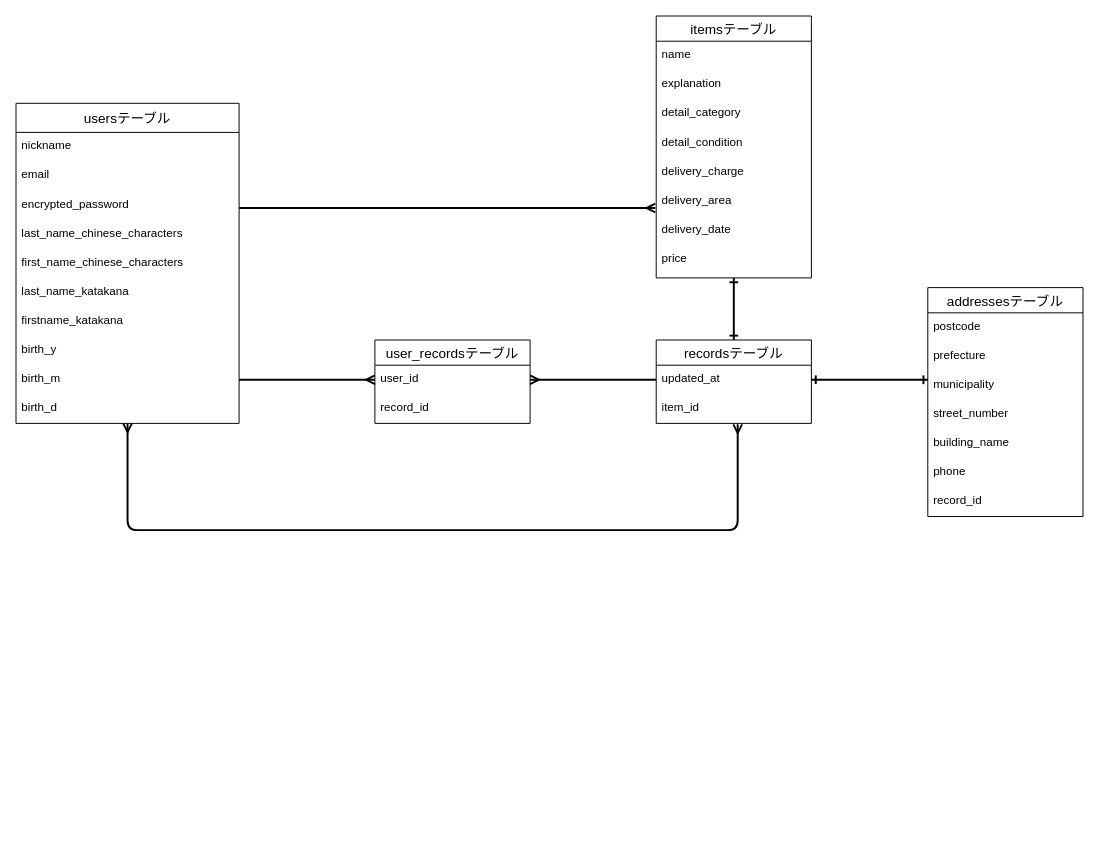
haji-me/furima-37814 keeps this draw.io diagram as furima.dio. Above is the earlier version. Source tidied: cells renumbered, new cells numbered last; positions are measured from the earlier drawing's top-left corner, leaving out a move shared by most shapes. Both pictures are drawn from the tidied source at 97%, with x=0, y=0 at pixel (16, 16).
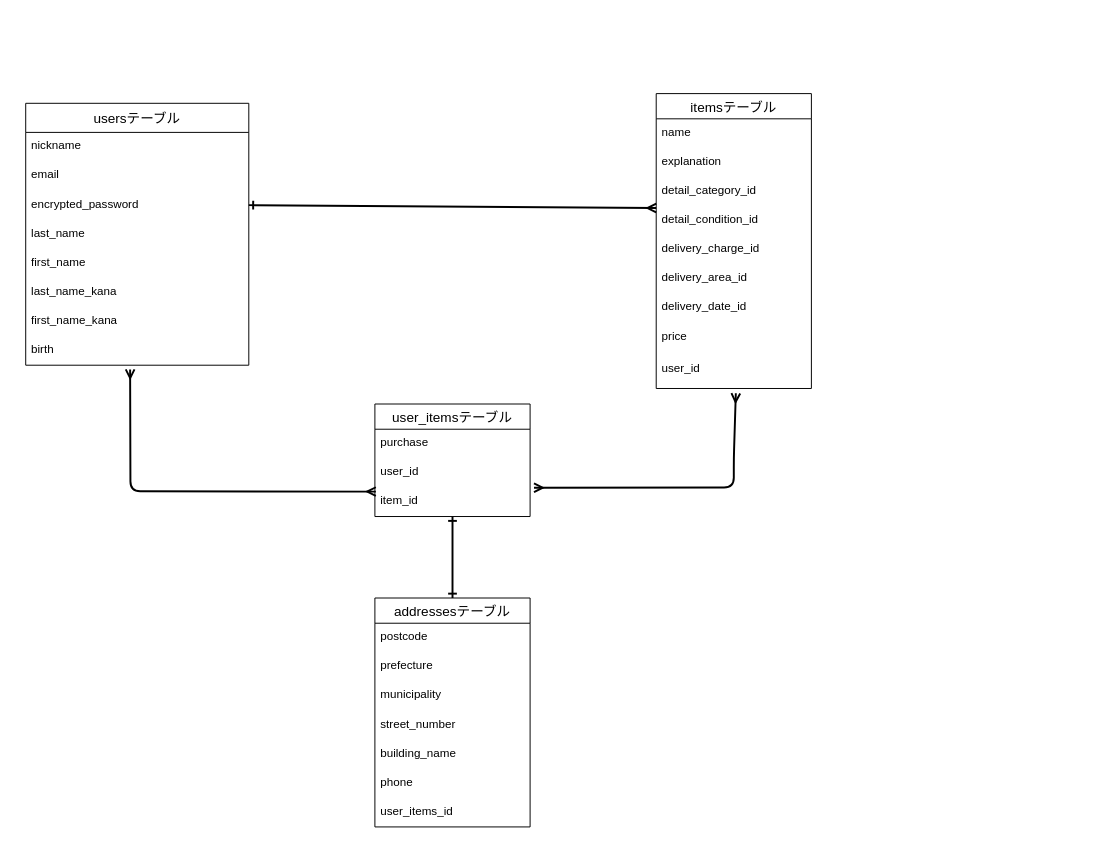
After the change.

Commit message (it also covers changes not shown here):
データベース設計の修正

The change refers to these unchanged cells:
```xml
<mxCell id="5" value="encrypted_password" style="text;strokeColor=none;fillColor=none;spacingLeft=4;spacingRight=4;overflow=hidden;points=[[0,0.5],[1,0.5]];portConstraint=eastwest;fontSize=12;" parent="2" vertex="1">
  <mxGeometry y="90" width="230" height="30" as="geometry" />
</mxCell>
<mxCell id="29" value="municipality" style="text;strokeColor=none;fillColor=none;spacingLeft=4;spacingRight=4;overflow=hidden;points=[[0,0.5],[1,0.5]];portConstraint=eastwest;fontSize=12;" parent="26" vertex="1">
  <mxGeometry y="86" width="160" height="30" as="geometry" />
</mxCell>
```

The edit, as a diff of the source:
```diff
@@
     <mxCell id="2" value="usersテーブル" style="swimlane;fontStyle=0;horizontal=1;startSize=30;align=center;fontSize=14;" parent="1" vertex="1">
-      <mxGeometry y="90" width="230" height="330" as="geometry" />
+      <mxGeometry x="10" y="90" width="230" height="270" as="geometry" />
     </mxCell>
@@
-    <mxCell id="6" value="last_name_chinese_characters" style="text;strokeColor=none;fillColor=none;spacingLeft=4;spacingRight=4;overflow=hidden;fontSize=12;" parent="2" vertex="1">
+    <mxCell id="6" value="last_name" style="text;strokeColor=none;fillColor=none;spacingLeft=4;spacingRight=4;overflow=hidden;fontSize=12;" parent="2" vertex="1">
       <mxGeometry y="120" width="230" height="30" as="geometry" />
     </mxCell>
-    <mxCell id="7" value="first_name_chinese_characters" style="text;strokeColor=none;fillColor=none;spacingLeft=4;spacingRight=4;overflow=hidden;fontSize=12;" parent="2" vertex="1">
+    <mxCell id="7" value="first_name" style="text;strokeColor=none;fillColor=none;spacingLeft=4;spacingRight=4;overflow=hidden;fontSize=12;" parent="2" vertex="1">
       <mxGeometry y="150" width="230" height="30" as="geometry" />
     </mxCell>
-    <mxCell id="8" value="last_name_katakana" style="text;strokeColor=none;fillColor=none;spacingLeft=4;spacingRight=4;overflow=hidden;fontSize=12;" parent="2" vertex="1">
+    <mxCell id="8" value="last_name_kana" style="text;strokeColor=none;fillColor=none;spacingLeft=4;spacingRight=4;overflow=hidden;fontSize=12;" parent="2" vertex="1">
       <mxGeometry y="180" width="230" height="30" as="geometry" />
     </mxCell>
-    <mxCell id="9" value="firstname_katakana" style="text;strokeColor=none;fillColor=none;spacingLeft=4;spacingRight=4;overflow=hidden;fontSize=12;" parent="2" vertex="1">
+    <mxCell id="9" value="first_name_kana" style="text;strokeColor=none;fillColor=none;spacingLeft=4;spacingRight=4;overflow=hidden;fontSize=12;" parent="2" vertex="1">
       <mxGeometry y="210" width="230" height="30" as="geometry" />
     </mxCell>
-    <mxCell id="10" value="birth_y" style="text;strokeColor=none;fillColor=none;spacingLeft=4;spacingRight=4;overflow=hidden;points=[[0,0.5],[1,0.5]];portConstraint=eastwest;fontSize=12;" parent="2" vertex="1">
+    <mxCell id="10" value="birth" style="text;strokeColor=none;fillColor=none;spacingLeft=4;spacingRight=4;overflow=hidden;points=[[0,0.5],[1,0.5]];portConstraint=eastwest;fontSize=12;" parent="2" vertex="1">
       <mxGeometry y="240" width="230" height="30" as="geometry" />
     </mxCell>
-    <mxCell id="11" value="birth_m" style="text;strokeColor=none;fillColor=none;spacingLeft=4;spacingRight=4;overflow=hidden;points=[[0,0.5],[1,0.5]];portConstraint=eastwest;fontSize=12;" parent="2" vertex="1">
-      <mxGeometry y="270" width="230" height="30" as="geometry" />
-    </mxCell>
-    <mxCell id="12" value="birth_d" style="text;strokeColor=none;fillColor=none;spacingLeft=4;spacingRight=4;overflow=hidden;points=[[0,0.5],[1,0.5]];portConstraint=eastwest;fontSize=12;" parent="2" vertex="1">
-      <mxGeometry y="300" width="230" height="30" as="geometry" />
-    </mxCell>
-    <mxCell id="13" style="edgeStyle=none;jumpSize=30;html=1;entryX=0.5;entryY=0;entryDx=0;entryDy=0;startArrow=ERone;startFill=0;endArrow=ERone;endFill=0;strokeWidth=2;" parent="1" edge="1" source="14" target="23">
-      <mxGeometry relative="1" as="geometry" />
-    </mxCell>
     <mxCell id="14" value="itemsテーブル" style="swimlane;fontStyle=0;horizontal=1;startSize=26;align=center;fontSize=14;" parent="1" vertex="1">
-      <mxGeometry x="660" width="160" height="270" as="geometry" />
+      <mxGeometry x="660" y="80" width="160" height="304" as="geometry" />
     </mxCell>
@@
-    <mxCell id="17" value="detail_category" style="text;strokeColor=none;fillColor=none;spacingLeft=4;spacingRight=4;overflow=hidden;fontSize=12;" parent="14" vertex="1">
+    <mxCell id="17" value="detail_category_id" style="text;strokeColor=none;fillColor=none;spacingLeft=4;spacingRight=4;overflow=hidden;fontSize=12;" parent="14" vertex="1">
       <mxGeometry y="86" width="160" height="30" as="geometry" />
     </mxCell>
-    <mxCell id="18" value="detail_condition" style="text;strokeColor=none;fillColor=none;spacingLeft=4;spacingRight=4;overflow=hidden;fontSize=12;" parent="14" vertex="1">
+    <mxCell id="18" value="detail_condition_id" style="text;strokeColor=none;fillColor=none;spacingLeft=4;spacingRight=4;overflow=hidden;fontSize=12;" parent="14" vertex="1">
       <mxGeometry y="116" width="160" height="30" as="geometry" />
     </mxCell>
-    <mxCell id="19" value="delivery_charge" style="text;strokeColor=none;fillColor=none;spacingLeft=4;spacingRight=4;overflow=hidden;fontSize=12;" parent="14" vertex="1">
+    <mxCell id="19" value="delivery_charge_id" style="text;strokeColor=none;fillColor=none;spacingLeft=4;spacingRight=4;overflow=hidden;fontSize=12;" parent="14" vertex="1">
       <mxGeometry y="146" width="160" height="30" as="geometry" />
     </mxCell>
-    <mxCell id="20" value="delivery_area" style="text;strokeColor=none;fillColor=none;spacingLeft=4;spacingRight=4;overflow=hidden;points=[[0,0.5],[1,0.5]];portConstraint=eastwest;fontSize=12;" parent="14" vertex="1">
+    <mxCell id="20" value="delivery_area_id" style="text;strokeColor=none;fillColor=none;spacingLeft=4;spacingRight=4;overflow=hidden;points=[[0,0.5],[1,0.5]];portConstraint=eastwest;fontSize=12;" parent="14" vertex="1">
       <mxGeometry y="176" width="160" height="30" as="geometry" />
     </mxCell>
-    <mxCell id="21" value="delivery_date" style="text;strokeColor=none;fillColor=none;spacingLeft=4;spacingRight=4;overflow=hidden;fontSize=12;" parent="14" vertex="1">
+    <mxCell id="21" value="delivery_date_id" style="text;strokeColor=none;fillColor=none;spacingLeft=4;spacingRight=4;overflow=hidden;fontSize=12;" parent="14" vertex="1">
       <mxGeometry y="206" width="160" height="30" as="geometry" />
     </mxCell>
@@
-    <mxCell id="23" value="recordsテーブル" style="swimlane;fontStyle=0;horizontal=1;startSize=26;align=center;fontSize=14;" parent="1" vertex="1">
-      <mxGeometry x="660" y="334" width="160" height="86" as="geometry" />
-    </mxCell>
-    <mxCell id="24" value="updated_at" style="text;strokeColor=none;fillColor=none;spacingLeft=4;spacingRight=4;overflow=hidden;fontSize=12;" parent="23" vertex="1">
-      <mxGeometry y="26" width="160" height="30" as="geometry" />
-    </mxCell>
-    <mxCell id="25" value="item_id" style="text;strokeColor=none;fillColor=none;spacingLeft=4;spacingRight=4;overflow=hidden;points=[[0,0.5],[1,0.5]];portConstraint=eastwest;fontSize=12;" parent="23" vertex="1">
-      <mxGeometry y="56" width="160" height="30" as="geometry" />
-    </mxCell>
+    <mxCell id="42" value="user_id" style="text;strokeColor=none;fillColor=none;spacingLeft=4;spacingRight=4;overflow=hidden;points=[[0,0.5],[1,0.5]];portConstraint=eastwest;fontSize=12;" parent="14" vertex="1">
+      <mxGeometry y="270" width="160" height="34" as="geometry" />
+    </mxCell>
+    <mxCell id="43" style="edgeStyle=none;jumpSize=30;html=1;startArrow=ERone;startFill=0;endArrow=ERone;endFill=0;strokeWidth=2;" parent="1" edge="1" source="26" target="38">
+      <mxGeometry relative="1" as="geometry" />
+    </mxCell>
     <mxCell id="26" value="addressesテーブル" style="swimlane;fontStyle=0;horizontal=1;startSize=26;align=center;fontSize=14;" parent="1" vertex="1">
-      <mxGeometry x="940" y="280" width="160" height="236" as="geometry" />
+      <mxGeometry x="370" y="600" width="160" height="236" as="geometry" />
     </mxCell>
@@
-    <mxCell id="33" value="record_id" style="text;strokeColor=none;fillColor=none;spacingLeft=4;spacingRight=4;overflow=hidden;fontSize=12;" parent="26" vertex="1">
+    <mxCell id="33" value="user_items_id" style="text;strokeColor=none;fillColor=none;spacingLeft=4;spacingRight=4;overflow=hidden;fontSize=12;" parent="26" vertex="1">
       <mxGeometry y="206" width="160" height="30" as="geometry" />
     </mxCell>
-    <mxCell id="34" style="edgeStyle=none;jumpSize=30;html=1;entryX=-0.006;entryY=0.733;entryDx=0;entryDy=0;entryPerimeter=0;endArrow=ERmany;endFill=0;strokeWidth=2;" parent="1" edge="1" target="20">
+    <mxCell id="34" style="edgeStyle=none;jumpSize=30;html=1;endArrow=ERmany;endFill=0;strokeWidth=2;exitX=1;exitY=0.5;exitDx=0;exitDy=0;startArrow=ERone;startFill=0;" parent="1" edge="1" source="5">
       <mxGeometry relative="1" as="geometry">
-        <mxPoint x="230" y="198" as="sourcePoint" />
+        <mxPoint x="660" y="198" as="targetPoint" />
       </mxGeometry>
     </mxCell>
-    <mxCell id="35" style="edgeStyle=none;jumpSize=30;html=1;endArrow=ERone;endFill=0;strokeWidth=2;startArrow=ERone;startFill=0;exitX=1;exitY=0.5;exitDx=0;exitDy=0;entryX=0;entryY=0.3;entryDx=0;entryDy=0;entryPerimeter=0;" parent="1" edge="1" target="29">
-      <mxGeometry relative="1" as="geometry">
-        <mxPoint x="820" y="375" as="sourcePoint" />
-      </mxGeometry>
-    </mxCell>
-    <mxCell id="36" value="user_recordsテーブル" style="swimlane;fontStyle=0;horizontal=1;startSize=26;align=center;fontSize=14;" parent="1" vertex="1">
-      <mxGeometry x="370" y="334" width="160" height="86" as="geometry" />
+    <mxCell id="36" value="user_itemsテーブル" style="swimlane;fontStyle=0;horizontal=1;startSize=26;align=center;fontSize=14;" parent="1" vertex="1">
+      <mxGeometry x="370" y="400" width="160" height="116" as="geometry" />
     </mxCell>
+    <mxCell id="44" value="purchase" style="text;strokeColor=none;fillColor=none;spacingLeft=4;spacingRight=4;overflow=hidden;fontSize=12;" parent="36" vertex="1">
+      <mxGeometry y="26" width="160" height="30" as="geometry" />
+    </mxCell>
     <mxCell id="37" value="user_id" style="text;strokeColor=none;fillColor=none;spacingLeft=4;spacingRight=4;overflow=hidden;points=[[0,0.5],[1,0.5]];portConstraint=eastwest;fontSize=12;" parent="36" vertex="1">
-      <mxGeometry y="26" width="160" height="30" as="geometry" />
+      <mxGeometry y="56" width="160" height="30" as="geometry" />
     </mxCell>
-    <mxCell id="38" value="record_id" style="text;strokeColor=none;fillColor=none;spacingLeft=4;spacingRight=4;overflow=hidden;points=[[0,0.5],[1,0.5]];portConstraint=eastwest;fontSize=12;" parent="36" vertex="1">
-      <mxGeometry y="56" width="160" height="30" as="geometry" />
+    <mxCell id="38" value="item_id" style="text;strokeColor=none;fillColor=none;spacingLeft=4;spacingRight=4;overflow=hidden;points=[[0,0.5],[1,0.5]];portConstraint=eastwest;fontSize=12;" parent="36" vertex="1">
+      <mxGeometry y="86" width="160" height="30" as="geometry" />
     </mxCell>
-    <mxCell id="39" style="edgeStyle=none;jumpSize=30;html=1;entryX=0;entryY=0.5;entryDx=0;entryDy=0;startArrow=none;startFill=0;endArrow=ERmany;endFill=0;strokeWidth=2;" parent="1" edge="1" source="11" target="37">
-      <mxGeometry relative="1" as="geometry" />
+    <mxCell id="39" style="edgeStyle=none;jumpSize=30;html=1;entryX=0.006;entryY=1.144;entryDx=0;entryDy=0;startArrow=ERmany;startFill=0;endArrow=ERmany;endFill=0;strokeWidth=2;exitX=0.468;exitY=1.144;exitDx=0;exitDy=0;exitPerimeter=0;entryPerimeter=0;" parent="1" edge="1" source="10" target="37">
+      <mxGeometry relative="1" as="geometry">
+        <Array as="points">
+          <mxPoint x="118" y="490" />
+        </Array>
+      </mxGeometry>
     </mxCell>
-    <mxCell id="40" style="edgeStyle=none;jumpSize=30;html=1;entryX=1;entryY=0.5;entryDx=0;entryDy=0;startArrow=none;startFill=0;endArrow=ERmany;endFill=0;strokeWidth=2;" parent="1" edge="1" target="37">
-      <mxGeometry relative="1" as="geometry">
-        <mxPoint x="660" y="375" as="sourcePoint" />
-      </mxGeometry>
-    </mxCell>
-    <mxCell id="41" style="edgeStyle=none;jumpSize=30;html=1;startArrow=ERmany;startFill=0;endArrow=ERmany;endFill=0;strokeWidth=2;entryX=0.525;entryY=1.033;entryDx=0;entryDy=0;entryPerimeter=0;" parent="1" edge="1" source="12" target="25">
-      <mxGeometry relative="1" as="geometry">
-        <Array as="points">
-          <mxPoint x="115" y="530" />
-          <mxPoint x="744" y="530" />
-        </Array>
-      </mxGeometry>
-    </mxCell>
+    <mxCell id="45" style="edgeStyle=none;jumpSize=30;html=1;entryX=1.025;entryY=0.011;entryDx=0;entryDy=0;startArrow=ERmany;startFill=0;endArrow=ERmany;endFill=0;strokeWidth=2;entryPerimeter=0;exitX=0.513;exitY=1.147;exitDx=0;exitDy=0;exitPerimeter=0;" parent="1" edge="1" source="42" target="38">
+      <mxGeometry relative="1" as="geometry">
+        <Array as="points">
+          <mxPoint x="740" y="456" />
+          <mxPoint x="740" y="486" />
+        </Array>
+      </mxGeometry>
+    </mxCell>
```
